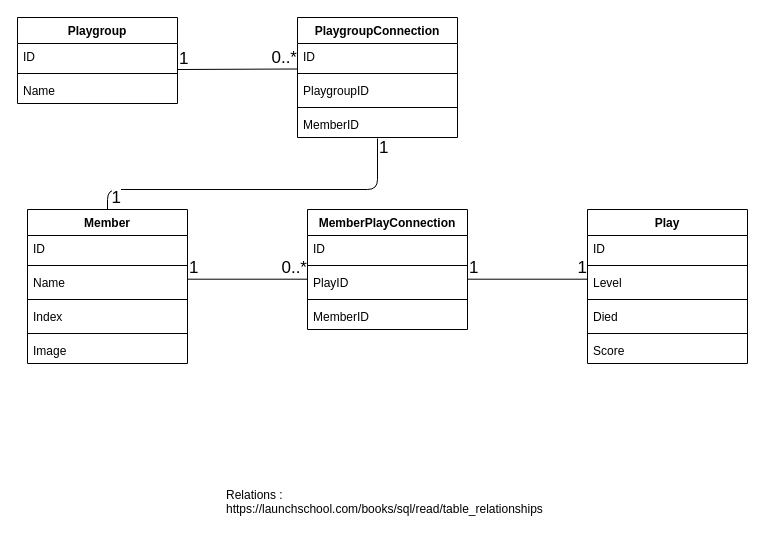
The draw.io diagram DatabaseThougts.drawio in AsbjoernJC/BoardgameAppRNE, before the edit. Source tidied: cells renumbered, new cells numbered last; positions are measured from the earlier drawing's top-left corner, leaving out a move shared by most shapes. Both pictures are drawn from the tidied source at 100%, with x=0, y=0 at pixel (17, 17).
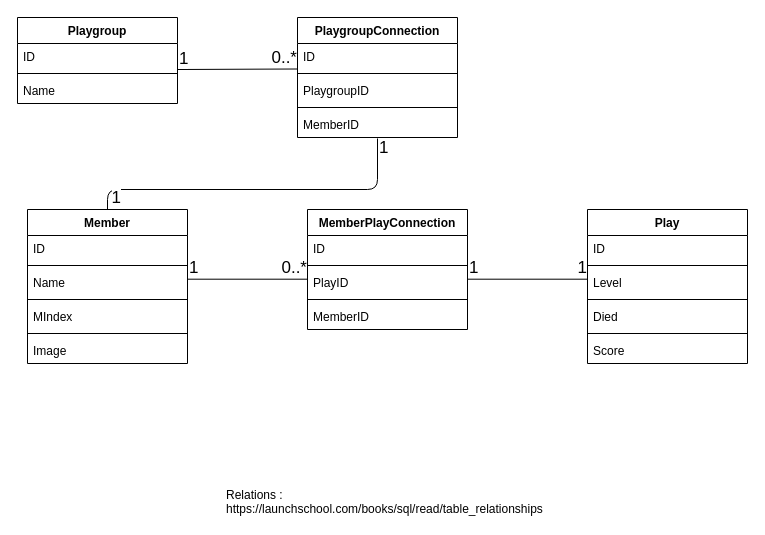
After the change.

Commit message (it also covers changes not shown here):
member table is now created after having changed Index to MIndex

The change refers to these unchanged cells:
```xml
<mxCell id="12" value="Member" style="swimlane;fontStyle=1;align=center;verticalAlign=top;horizontal=1;startSize=26;" parent="1" vertex="1">
  <mxGeometry x="10" y="192" width="160" height="154" as="geometry" />
</mxCell>
```

Diff of the diagram source:
```diff
@@
-    <mxCell id="17" value="Index" style="text;strokeColor=none;fillColor=none;align=left;verticalAlign=top;spacingLeft=4;spacingRight=4;overflow=hidden;" parent="12" vertex="1">
+    <mxCell id="17" value="MIndex" style="text;strokeColor=none;fillColor=none;align=left;verticalAlign=top;spacingLeft=4;spacingRight=4;overflow=hidden;" parent="12" vertex="1">
       <mxGeometry y="94" width="160" height="26" as="geometry" />
     </mxCell>
```
